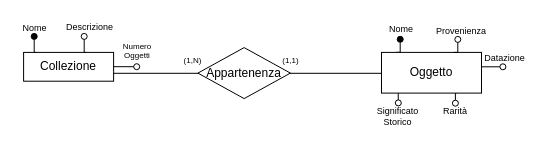
The draw.io diagram WP1/Pattern/Part-of Contenimento/Part-ofContenimentoPrima.drawio in pnocerino/BasiDiDati, before the edit. Source tidied: cells renumbered, new cells numbered last; positions are measured from the earlier drawing's top-left corner, leaving out a move shared by most shapes. Both pictures are drawn from the tidied source at 100%, with x=0, y=0 at pixel (17, 17).
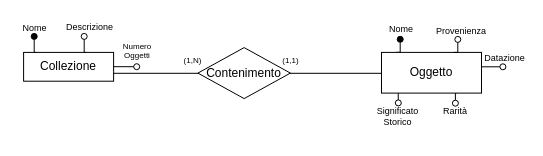
After the change.

The edit, as a diff of the source:
```diff
@@
-    <mxCell id="21" value="Appartenenza" style="shape=rhombus;perimeter=rhombusPerimeter;whiteSpace=wrap;html=1;align=center;" parent="1" vertex="1">
+    <mxCell id="21" value="Contenimento" style="shape=rhombus;perimeter=rhombusPerimeter;whiteSpace=wrap;html=1;align=center;" parent="1" vertex="1">
       <mxGeometry x="180.4" y="30.1" width="92.5" height="51" as="geometry" />
     </mxCell>
```
